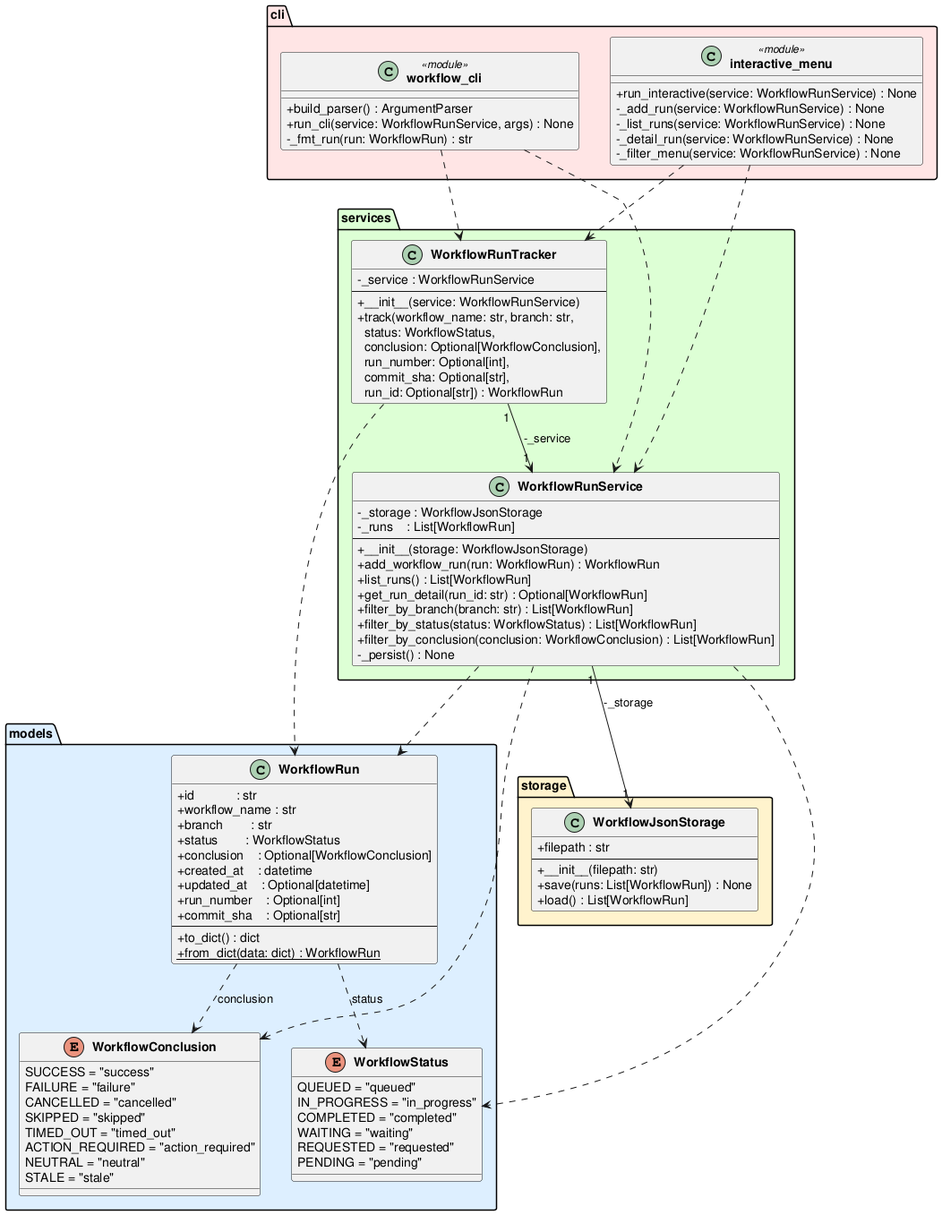
Before: experiments/supervisor_as_tools/user_stories/github-workflow-manager/artifacts/class_diagram.png, a diagram exported from PlantUML (DanielRiha8906/Software_autoevolution_using_agents).
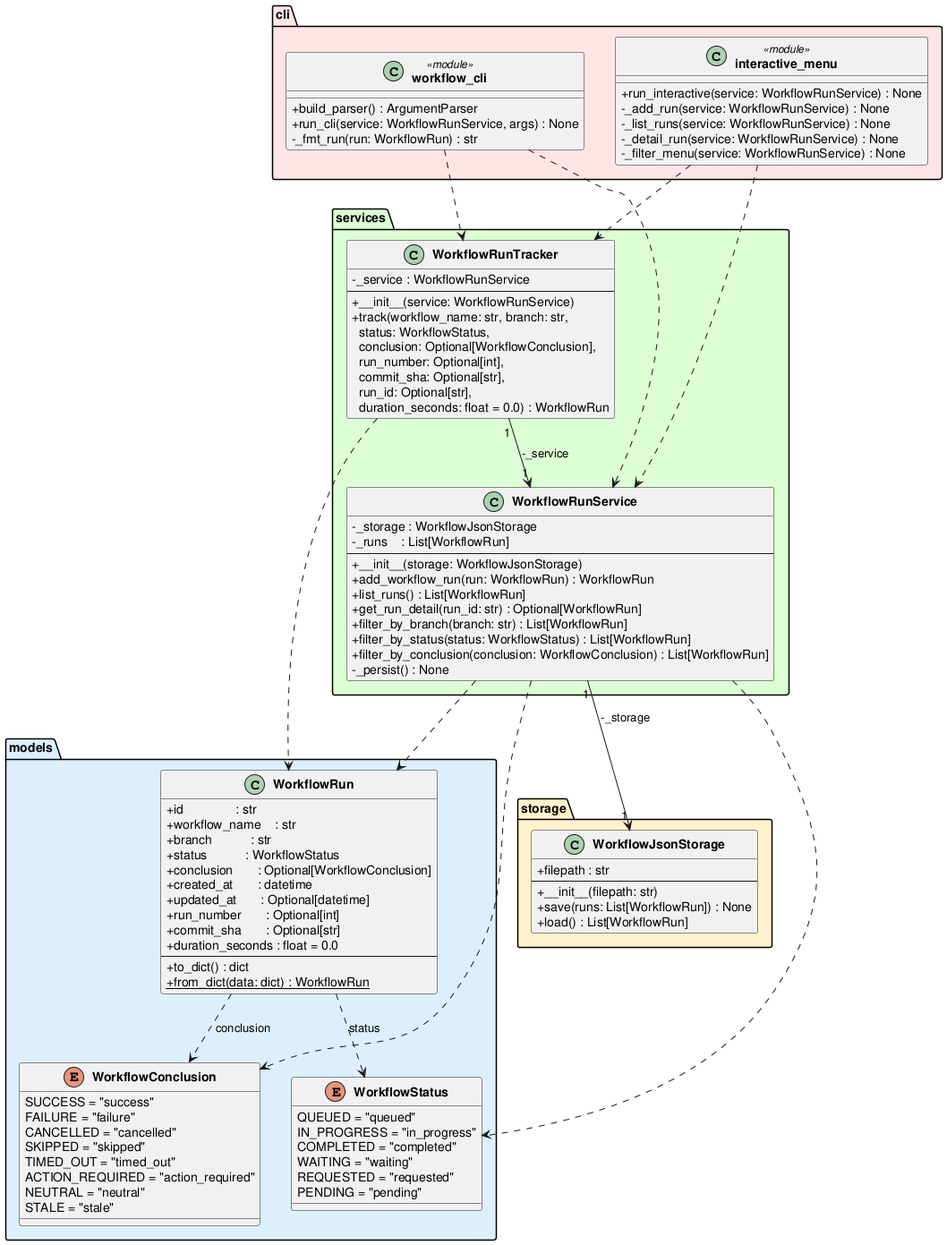
After the change.

What changed in the source:
```diff
@@ -25,15 +25,16 @@
     }
 
     class WorkflowRun {
-        +id            : str
-        +workflow_name : str
-        +branch        : str
-        +status        : WorkflowStatus
-        +conclusion    : Optional[WorkflowConclusion]
-        +created_at    : datetime
-        +updated_at    : Optional[datetime]
-        +run_number    : Optional[int]
-        +commit_sha    : Optional[str]
+        +id               : str
+        +workflow_name    : str
+        +branch           : str
+        +status           : WorkflowStatus
+        +conclusion       : Optional[WorkflowConclusion]
+        +created_at       : datetime
+        +updated_at       : Optional[datetime]
+        +run_number       : Optional[int]
+        +commit_sha       : Optional[str]
+        +duration_seconds : float = 0.0
         --
         +to_dict() : dict
         +{static} from_dict(data: dict) : WorkflowRun
@@ -69,7 +70,7 @@
         -_service : WorkflowRunService
         --
         +__init__(service: WorkflowRunService)
-        +track(workflow_name: str, branch: str,\n  status: WorkflowStatus,\n  conclusion: Optional[WorkflowConclusion],\n  run_number: Optional[int],\n  commit_sha: Optional[str],\n  run_id: Optional[str]) : WorkflowRun
+        +track(workflow_name: str, branch: str,\n  status: WorkflowStatus,\n  conclusion: Optional[WorkflowConclusion],\n  run_number: Optional[int],\n  commit_sha: Optional[str],\n  run_id: Optional[str],\n  duration_seconds: float = 0.0) : WorkflowRun
     }
 }
 
```
